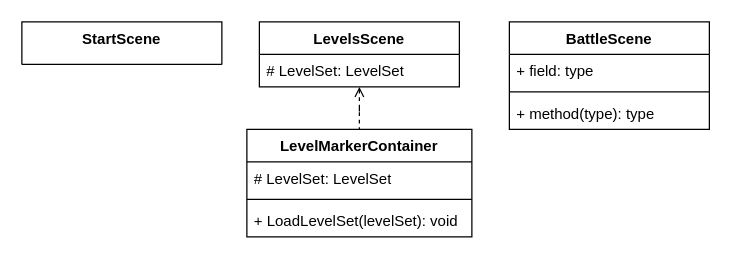
1ivyatan/drumstalotajs keeps this draw.io diagram as Documentation/Assets/StageClasses.drawio. Above is the earlier version. Source tidied: cells renumbered, new cells numbered last; positions are measured from the earlier drawing's top-left corner, leaving out a move shared by most shapes. Both pictures are drawn from the tidied source at 125%, with x=0, y=0 at pixel (21, 21).
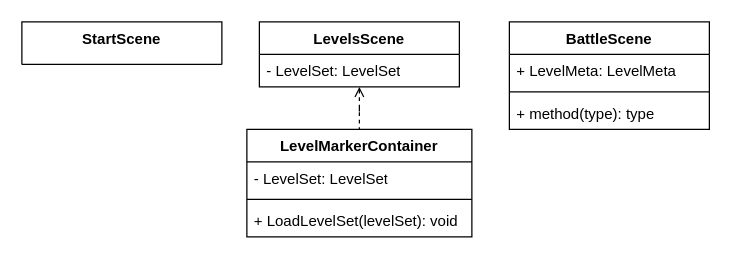
After the change.

Commit message (it also covers changes not shown here):
add testing charpt

What changed in the source:
```diff
@@
 <mxGraphModel>
   <root>
     <mxCell id="0" />
     <mxCell id="1" parent="0" />
     <mxCell id="2" value="StartScene" style="swimlane;fontStyle=1;align=center;verticalAlign=top;horizontal=1;startSize=34;whiteSpace=wrap;html=1;" parent="1" vertex="1">
       <mxGeometry width="160" height="34" as="geometry" />
     </mxCell>
     <mxCell id="3" style="edgeStyle=orthogonalEdgeStyle;rounded=0;jettySize=auto;html=1;entryX=0.5;entryY=0;entryDx=0;entryDy=0;dashed=1;endArrow=none;endFill=0;startArrow=open;startFill=0;" parent="1" edge="1" source="4" target="10">
       <mxGeometry relative="1" as="geometry" />
     </mxCell>
     <mxCell id="4" value="LevelsScene" style="swimlane;fontStyle=1;align=center;verticalAlign=top;horizontal=1;startSize=26;whiteSpace=wrap;html=1;" parent="1" vertex="1">
       <mxGeometry x="190" width="160" height="52" as="geometry" />
     </mxCell>
-    <mxCell id="5" value="# LevelSet: LevelSet" style="text;strokeColor=none;fillColor=none;align=left;verticalAlign=top;spacingLeft=4;spacingRight=4;overflow=hidden;whiteSpace=wrap;html=1;" parent="4" vertex="1">
+    <mxCell id="5" value="- LevelSet: LevelSet" style="text;strokeColor=none;fillColor=none;align=left;verticalAlign=top;spacingLeft=4;spacingRight=4;overflow=hidden;whiteSpace=wrap;html=1;" parent="4" vertex="1">
       <mxGeometry y="26" width="160" height="26" as="geometry" />
     </mxCell>
     <mxCell id="6" value="BattleScene" style="swimlane;fontStyle=1;align=center;verticalAlign=top;horizontal=1;startSize=26;whiteSpace=wrap;html=1;" parent="1" vertex="1">
       <mxGeometry x="390" width="160" height="86" as="geometry" />
     </mxCell>
-    <mxCell id="7" value="+ field: type" style="text;strokeColor=none;fillColor=none;align=left;verticalAlign=top;spacingLeft=4;spacingRight=4;overflow=hidden;whiteSpace=wrap;html=1;" parent="6" vertex="1">
+    <mxCell id="7" value="+ LevelMeta: LevelMeta" style="text;strokeColor=none;fillColor=none;align=left;verticalAlign=top;spacingLeft=4;spacingRight=4;overflow=hidden;whiteSpace=wrap;html=1;" parent="6" vertex="1">
       <mxGeometry y="26" width="160" height="26" as="geometry" />
     </mxCell>
     <mxCell id="8" style="line;strokeWidth=1;fillColor=none;align=left;verticalAlign=middle;spacingTop=-1;spacingLeft=3;spacingRight=3;labelPosition=right;strokeColor=inherit;" parent="6" vertex="1">
       <mxGeometry y="52" width="160" height="8" as="geometry" />
     </mxCell>
     <mxCell id="9" value="+ method(type): type" style="text;strokeColor=none;fillColor=none;align=left;verticalAlign=top;spacingLeft=4;spacingRight=4;overflow=hidden;whiteSpace=wrap;html=1;" parent="6" vertex="1">
       <mxGeometry y="60" width="160" height="26" as="geometry" />
     </mxCell>
     <mxCell id="10" value="LevelMarkerContainer" style="swimlane;fontStyle=1;align=center;verticalAlign=top;horizontal=1;startSize=26;whiteSpace=wrap;html=1;" parent="1" vertex="1">
       <mxGeometry x="180" y="86" width="180" height="86" as="geometry" />
     </mxCell>
-    <mxCell id="11" value="# LevelSet: LevelSet" style="text;strokeColor=none;fillColor=none;align=left;verticalAlign=top;spacingLeft=4;spacingRight=4;overflow=hidden;whiteSpace=wrap;html=1;" parent="10" vertex="1">
+    <mxCell id="11" value="- LevelSet: LevelSet" style="text;strokeColor=none;fillColor=none;align=left;verticalAlign=top;spacingLeft=4;spacingRight=4;overflow=hidden;whiteSpace=wrap;html=1;" parent="10" vertex="1">
       <mxGeometry y="26" width="180" height="26" as="geometry" />
     </mxCell>
     <mxCell id="12" style="line;strokeWidth=1;fillColor=none;align=left;verticalAlign=middle;spacingTop=-1;spacingLeft=3;spacingRight=3;labelPosition=right;strokeColor=inherit;" parent="10" vertex="1">
       <mxGeometry y="52" width="180" height="8" as="geometry" />
     </mxCell>
     <mxCell id="13" value="+ LoadLevelSet(levelSet): void" style="text;strokeColor=none;fillColor=none;align=left;verticalAlign=top;spacingLeft=4;spacingRight=4;overflow=hidden;whiteSpace=wrap;html=1;" parent="10" vertex="1">
       <mxGeometry y="60" width="180" height="26" as="geometry" />
     </mxCell>
   </root>
 </mxGraphModel>
```
